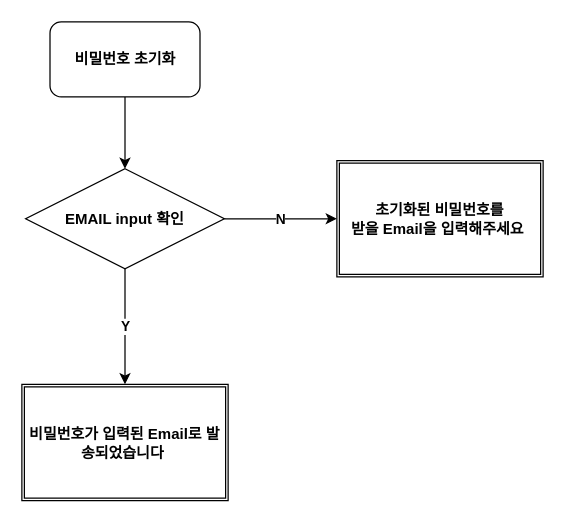
The draw.io diagram page "비밀번호 초기화" (3 of 10) of 제목 없는 다이어그램.drawio in makerdobby/fastcampus-project-board, before the edit. Source tidied: cells renumbered, new cells numbered last; positions are measured from the earlier drawing's top-left corner, leaving out a move shared by most shapes. Both pictures are drawn from the tidied source at 125%, with x=0, y=0 at pixel (21, 21).
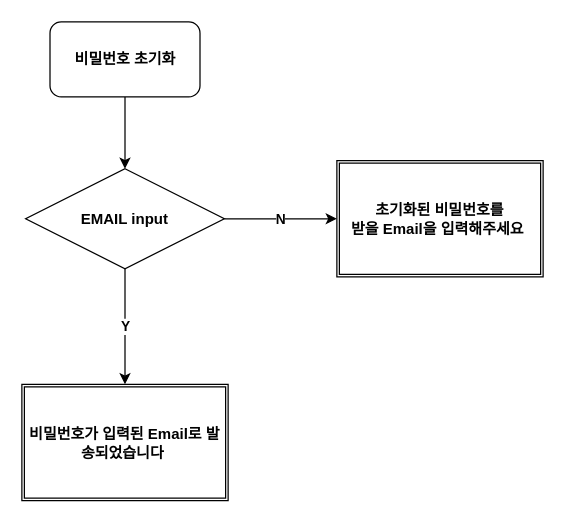
The same diagram, later.

Diff of the diagram source:
```diff
@@
 <mxGraphModel>
   <root>
     <mxCell id="0" />
     <mxCell id="1" parent="0" />
     <mxCell id="2" style="edgeStyle=orthogonalEdgeStyle;rounded=0;jettySize=auto;html=1;fontStyle=1;" parent="1" edge="1" source="3" target="6">
       <mxGeometry relative="1" as="geometry" />
     </mxCell>
     <mxCell id="3" value="비밀번호 초기화" style="rounded=1;whiteSpace=wrap;html=1;fontStyle=1;" parent="1" vertex="1">
       <mxGeometry x="22.5" width="120" height="60" as="geometry" />
     </mxCell>
     <mxCell id="4" value="N" style="edgeStyle=orthogonalEdgeStyle;rounded=0;jettySize=auto;html=1;fontStyle=1;" parent="1" edge="1" source="6" target="7">
       <mxGeometry relative="1" as="geometry" />
     </mxCell>
     <mxCell id="5" value="Y" style="edgeStyle=orthogonalEdgeStyle;rounded=0;jettySize=auto;html=1;entryX=0.5;entryY=0;entryDx=0;entryDy=0;fontStyle=1;" parent="1" edge="1" source="6" target="8">
       <mxGeometry relative="1" as="geometry" />
     </mxCell>
-    <mxCell id="6" value="EMAIL input 확인" style="rhombus;whiteSpace=wrap;html=1;fontStyle=1;" parent="1" vertex="1">
+    <mxCell id="6" value="EMAIL input" style="rhombus;whiteSpace=wrap;html=1;fontStyle=1;" parent="1" vertex="1">
       <mxGeometry x="3" y="117.5" width="159" height="80" as="geometry" />
     </mxCell>
     <mxCell id="7" value="초기화된 비밀번호를&lt;br&gt;받을 Email을 입력해주세요&amp;nbsp;" style="shape=ext;double=1;rounded=0;whiteSpace=wrap;html=1;fontStyle=1;" parent="1" vertex="1">
       <mxGeometry x="252" y="111" width="165" height="93" as="geometry" />
     </mxCell>
     <mxCell id="8" value="비밀번호가 입력된 Email로 발송되었습니다&amp;nbsp;" style="shape=ext;double=1;rounded=0;whiteSpace=wrap;html=1;fontStyle=1;" parent="1" vertex="1">
       <mxGeometry y="290" width="165" height="93" as="geometry" />
     </mxCell>
   </root>
 </mxGraphModel>
```
